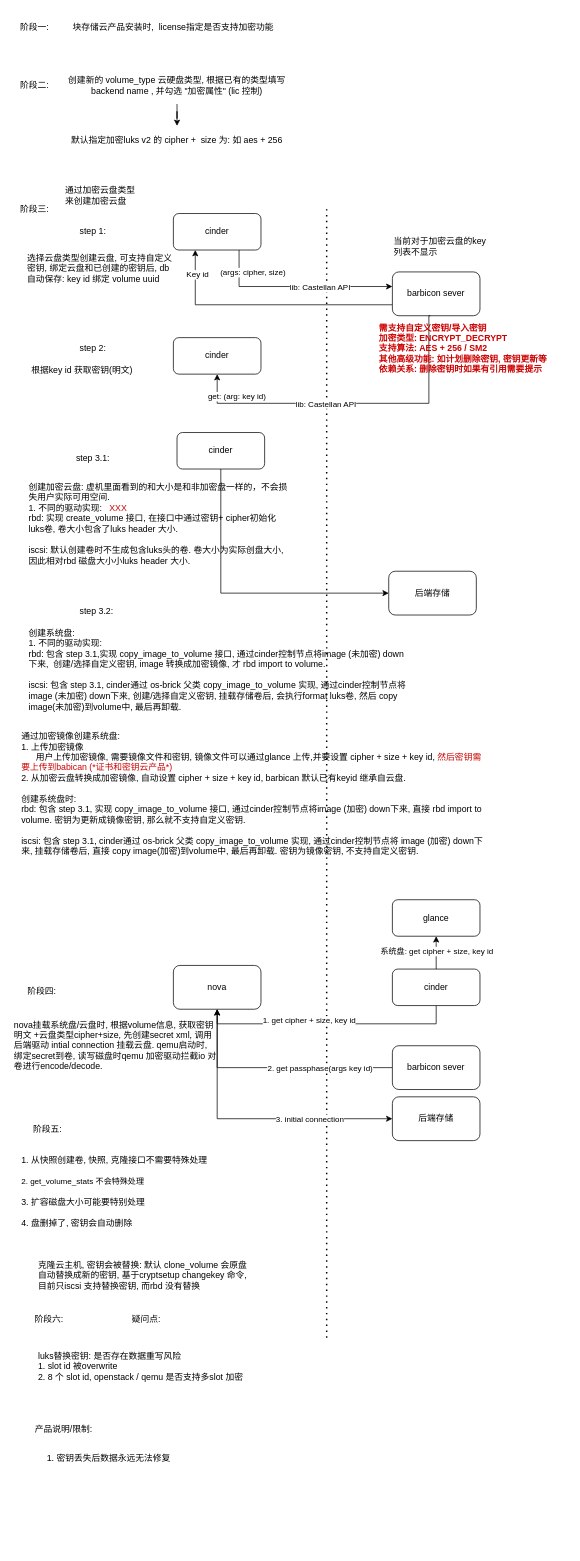
Earlier version of the draw.io diagram 磁盘加密.drawio (ChenFanTony/ceph-diagrams). Source tidied: cells renumbered, new cells numbered last; positions are measured from the earlier drawing's top-left corner, leaving out a move shared by most shapes. Both pictures are drawn from the tidied source at 73%, with x=0, y=0 at pixel (12, 12).
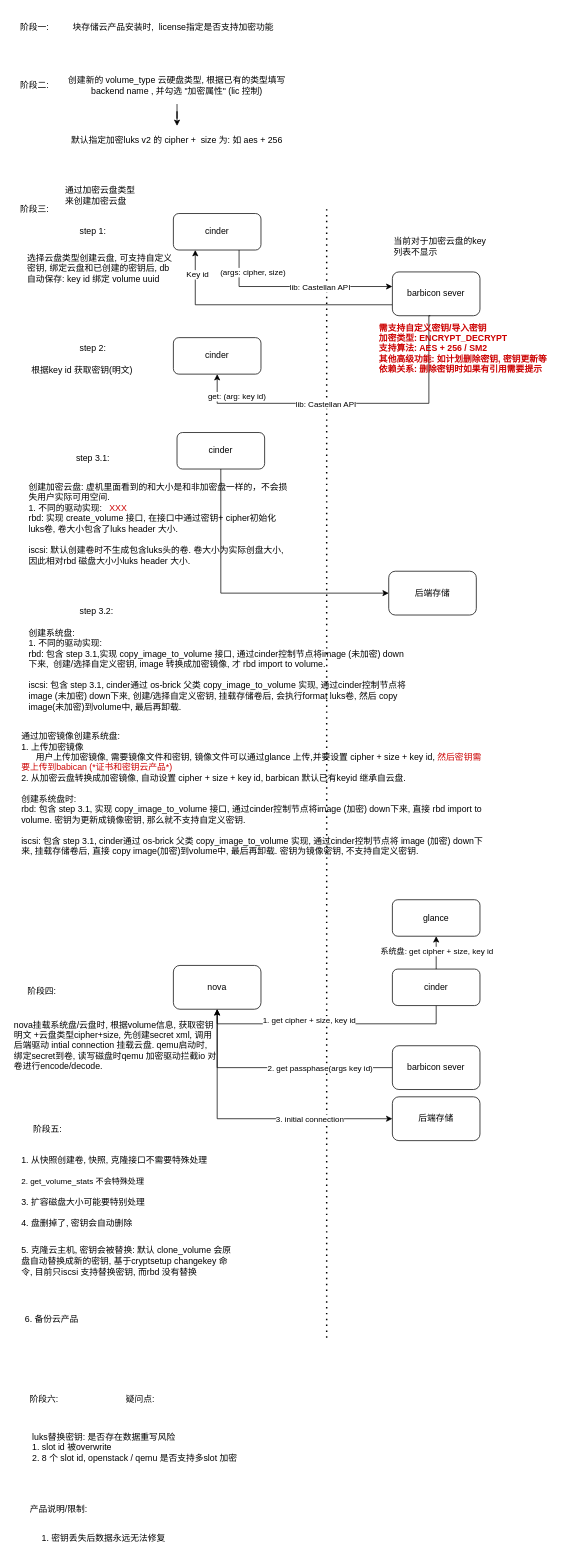
The same page after the edit.

Commit message:
更新磁盘加密.drawio

Change to the diagram source:
```diff
@@
-    <mxCell id="53" value="克隆云主机, 密钥会被替换: 默认 clone_volume 会原盘自动替换成新的密钥, 基于cryptsetup changekey 命令, 目前只iscsi 支持替换密钥, 而rbd 没有替换" style="text;html=1;whiteSpace=wrap;strokeColor=none;fillColor=none;align=left;verticalAlign=middle;rounded=0;" parent="1" vertex="1">
-      <mxGeometry x="32.5" y="1705" width="300" height="50" as="geometry" />
+    <mxCell id="53" value="5. 克隆云主机, 密钥会被替换: 默认 clone_volume 会原盘自动替换成新的密钥, 基于cryptsetup changekey 命令, 目前只iscsi 支持替换密钥, 而rbd 没有替换" style="text;html=1;whiteSpace=wrap;strokeColor=none;fillColor=none;align=left;verticalAlign=middle;rounded=0;" parent="1" vertex="1">
+      <mxGeometry x="10" y="1685" width="300" height="50" as="geometry" />
     </mxCell>
     <mxCell id="54" value="luks替换密钥: 是否存在数据重写风险&lt;br&gt;1. slot id 被overwrite&lt;br&gt;&lt;div style=&quot;&quot;&gt;&lt;span style=&quot;background-color: transparent; color: light-dark(rgb(0, 0, 0), rgb(255, 255, 255));&quot;&gt;2. 8 个 slot id, openstack / qemu 是否支持多slot 加密&lt;/span&gt;&lt;/div&gt;" style="text;html=1;whiteSpace=wrap;strokeColor=none;fillColor=none;align=left;verticalAlign=middle;rounded=0;" parent="1" vertex="1">
-      <mxGeometry x="32.5" y="1825" width="490" height="60" as="geometry" />
+      <mxGeometry x="25" y="1935" width="490" height="60" as="geometry" />
     </mxCell>
     <mxCell id="55" value="疑问点:" style="text;html=1;whiteSpace=wrap;strokeColor=none;fillColor=none;align=center;verticalAlign=middle;rounded=0;" parent="1" vertex="1">
-      <mxGeometry x="152.5" y="1775" width="60" height="30" as="geometry" />
+      <mxGeometry x="145" y="1885" width="60" height="30" as="geometry" />
     </mxCell>
@@
     <mxCell id="57" value="阶段六:" style="text;html=1;whiteSpace=wrap;strokeColor=none;fillColor=none;align=center;verticalAlign=middle;rounded=0;" parent="1" vertex="1">
-      <mxGeometry x="20" y="1775" width="60" height="30" as="geometry" />
+      <mxGeometry x="12.5" y="1885" width="60" height="30" as="geometry" />
     </mxCell>
     <mxCell id="58" value="产品说明/限制:" style="text;html=1;whiteSpace=wrap;strokeColor=none;fillColor=none;align=center;verticalAlign=middle;rounded=0;" parent="1" vertex="1">
-      <mxGeometry x="15" y="1925" width="110" height="30" as="geometry" />
+      <mxGeometry x="7.5" y="2035" width="110" height="30" as="geometry" />
     </mxCell>
     <mxCell id="59" value="1.&amp;nbsp;密钥丢失后数据永远无法修复" style="text;html=1;whiteSpace=wrap;strokeColor=none;fillColor=none;align=left;verticalAlign=middle;rounded=0;" parent="1" vertex="1">
-      <mxGeometry x="45" y="1965" width="330" height="30" as="geometry" />
+      <mxGeometry x="37.5" y="2075" width="330" height="30" as="geometry" />
     </mxCell>
+    <mxCell id="60" value="6. 备份云产品" style="text;html=1;whiteSpace=wrap;strokeColor=none;fillColor=none;align=left;verticalAlign=middle;rounded=0;" parent="1" vertex="1">
+      <mxGeometry x="15" y="1735" width="290" height="110" as="geometry" />
+    </mxCell>
```
